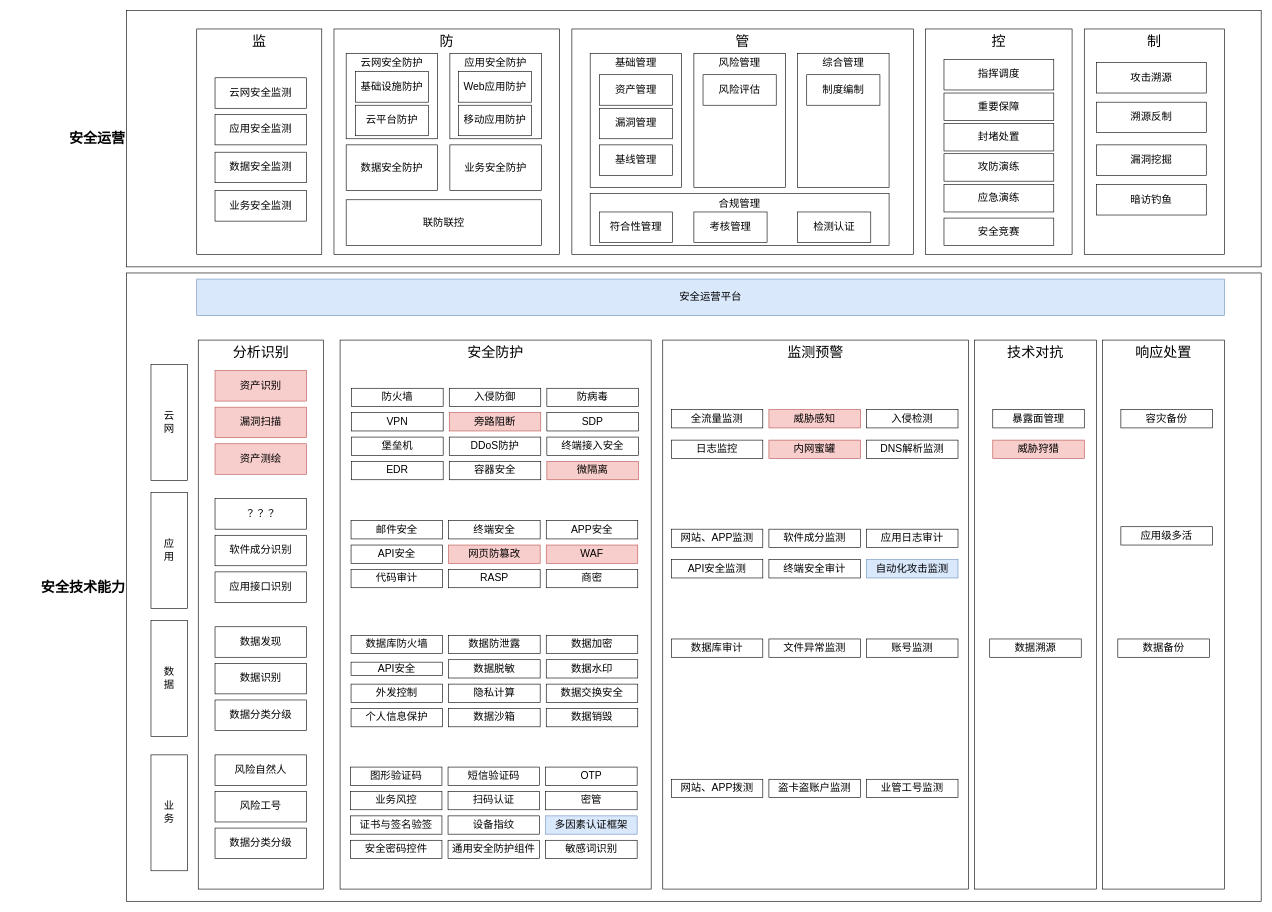
Above: 2024安全技术能力全景图.drawio in razor/1102_decoration (draw.io), before the change. Source tidied: cells renumbered, new cells numbered last; positions are measured from the earlier drawing's top-left corner, leaving out a move shared by most shapes. Both pictures are drawn from the tidied source at 61%, with x=0, y=0 at pixel (126, 10).
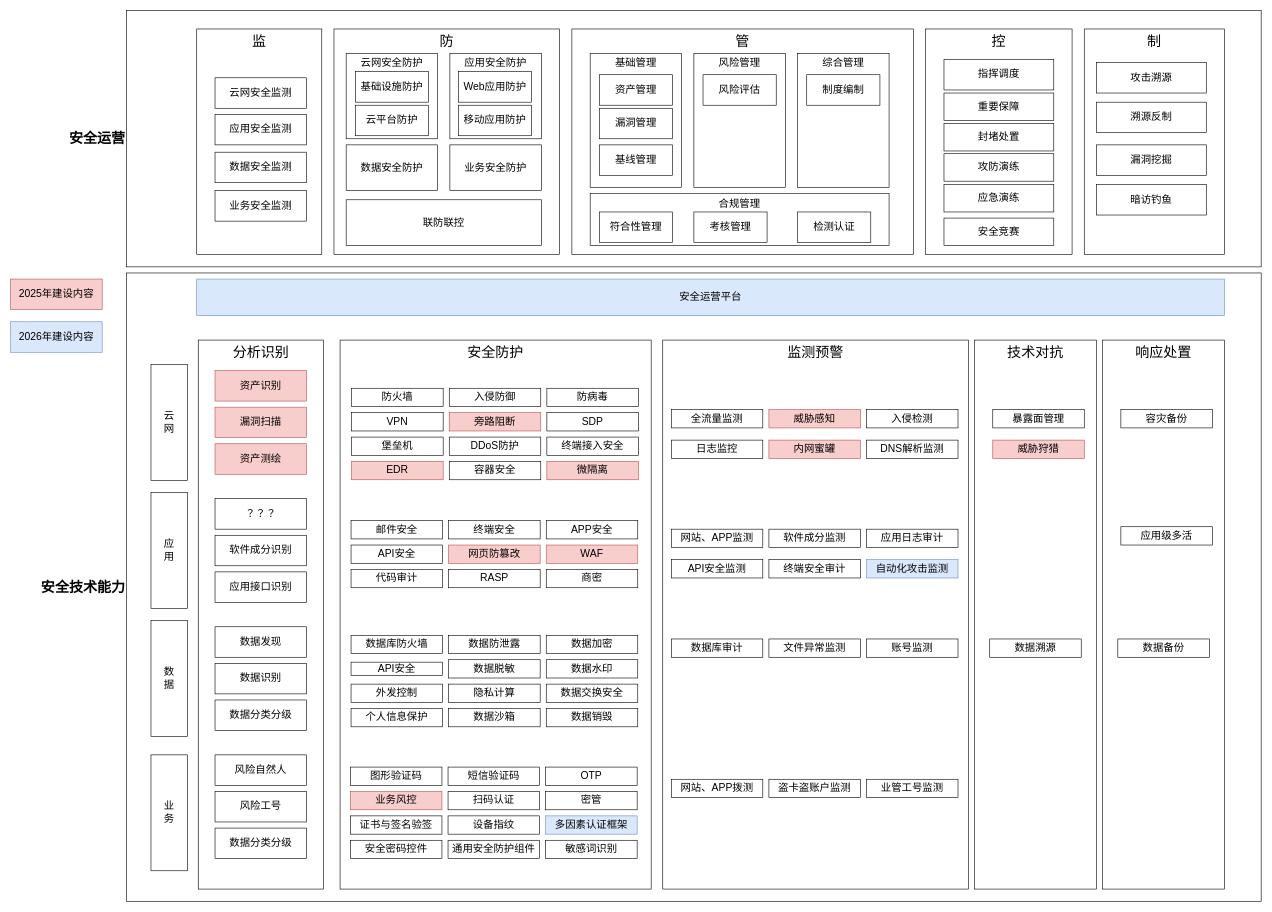
The same page after the edit.

Commit message:
更新2024安全技术能力全景图.drawio

The edit, as a diff of the source:
```diff
@@
-    <mxCell id="60" value="&lt;font style=&quot;font-size: 17px;&quot;&gt;EDR&lt;/font&gt;" style="rounded=0;whiteSpace=wrap;html=1;fontStyle=0;" parent="1" vertex="1">
+    <mxCell id="60" value="&lt;font style=&quot;font-size: 17px;&quot;&gt;EDR&lt;/font&gt;" style="rounded=0;whiteSpace=wrap;html=1;fontStyle=0;fillColor=#f8cecc;strokeColor=#b85450;" parent="1" vertex="1">
       <mxGeometry x="369" y="739" width="150" height="30" as="geometry" />
     </mxCell>
@@
-    <mxCell id="87" value="&lt;font style=&quot;font-size: 17px;&quot;&gt;业务风控&lt;/font&gt;" style="rounded=0;whiteSpace=wrap;html=1;fontStyle=0;" parent="1" vertex="1">
+    <mxCell id="87" value="&lt;font style=&quot;font-size: 17px;&quot;&gt;业务风控&lt;/font&gt;" style="rounded=0;whiteSpace=wrap;html=1;fontStyle=0;fillColor=#f8cecc;strokeColor=#b85450;" parent="1" vertex="1">
       <mxGeometry x="367" y="1280" width="150" height="30" as="geometry" />
     </mxCell>
@@
+    <mxCell id="135" value="&lt;font style=&quot;font-size: 17px;&quot;&gt;2025年建设内容&lt;/font&gt;" style="rounded=0;whiteSpace=wrap;html=1;fontStyle=0;fillColor=#f8cecc;strokeColor=#b85450;" parent="1" vertex="1">
+      <mxGeometry x="-190" y="440" width="150" height="50" as="geometry" />
+    </mxCell>
+    <mxCell id="136" value="&lt;font style=&quot;font-size: 17px;&quot;&gt;2026年建设内容&lt;/font&gt;" style="rounded=0;whiteSpace=wrap;html=1;fontStyle=0;fillColor=#dae8fc;strokeColor=#6c8ebf;" parent="1" vertex="1">
+      <mxGeometry x="-190" y="510" width="150" height="50" as="geometry" />
+    </mxCell>
```
